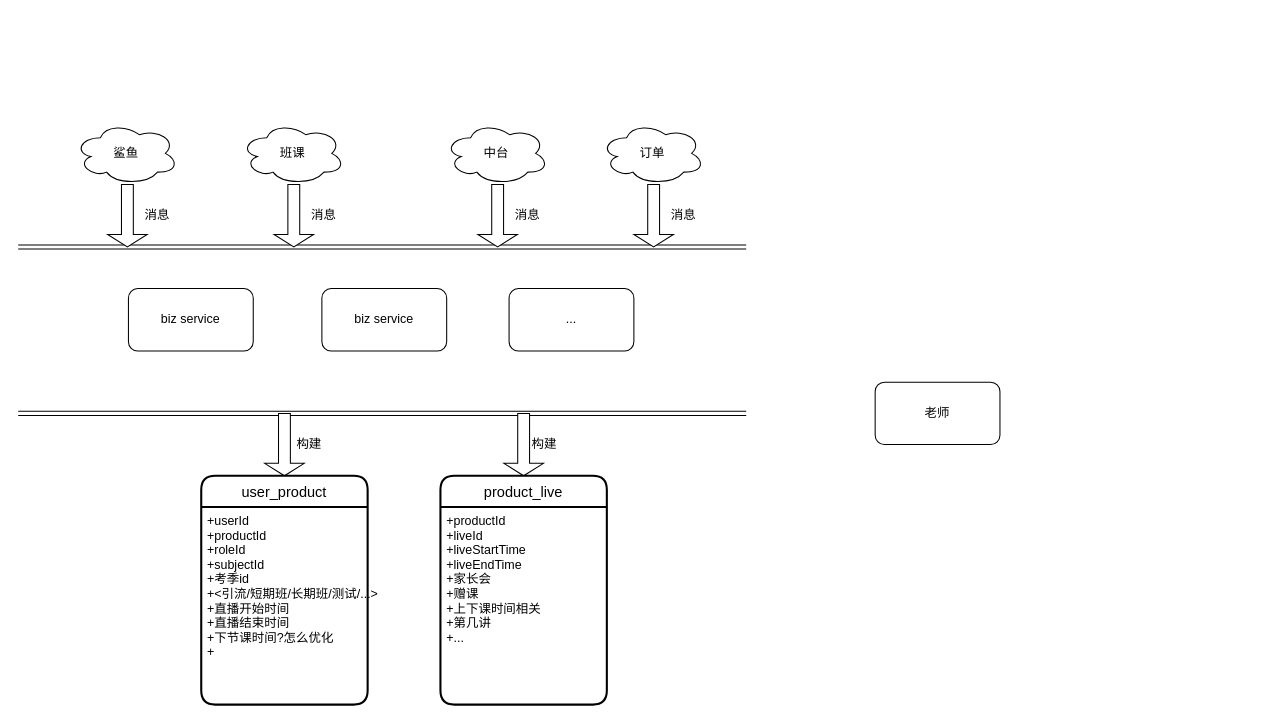
This is Untitled Diagram.drawio from 748349009/articles, a draw.io file, before an edit. Source tidied: cells renumbered, new cells numbered last; positions are measured from the earlier drawing's top-left corner, leaving out a move shared by most shapes. Both pictures are drawn from the tidied source at 104%, with x=0, y=0 at pixel (18, 122).
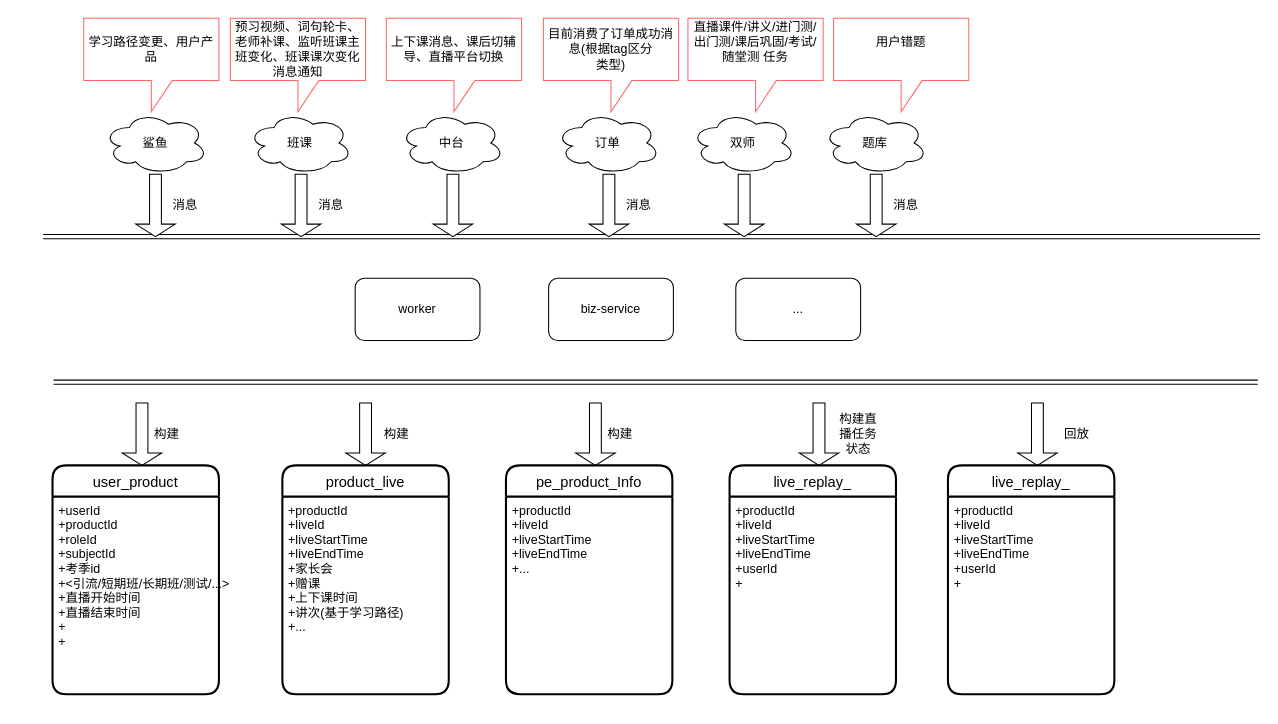
The same page after the edit.

Change to the diagram source:
```diff
@@
     <mxCell id="2" value="鲨鱼" style="ellipse;shape=cloud;whiteSpace=wrap;html=1;align=center;" parent="1" vertex="1">
-      <mxGeometry x="54" width="100" height="60" as="geometry" />
+      <mxGeometry x="82" y="-10" width="100" height="60" as="geometry" />
     </mxCell>
     <mxCell id="3" style="shape=link;html=1;" parent="1" edge="1">
       <mxGeometry relative="1" as="geometry">
-        <mxPoint y="120" as="sourcePoint" />
-        <mxPoint x="700" y="120" as="targetPoint" />
+        <mxPoint x="24" y="110" as="sourcePoint" />
+        <mxPoint x="1194" y="110" as="targetPoint" />
       </mxGeometry>
     </mxCell>
     <mxCell id="4" style="shape=singleArrow;direction=south;whiteSpace=wrap;html=1;" parent="1" vertex="1">
-      <mxGeometry x="86" y="60" width="38" height="60" as="geometry" />
+      <mxGeometry x="113" y="50" width="38" height="60" as="geometry" />
     </mxCell>
     <mxCell id="5" value="消息" style="text;html=1;strokeColor=none;fillColor=none;align=center;verticalAlign=middle;whiteSpace=wrap;rounded=0;" parent="1" vertex="1">
-      <mxGeometry x="114" y="80" width="40" height="20" as="geometry" />
+      <mxGeometry x="141" y="70" width="40" height="20" as="geometry" />
     </mxCell>
     <mxCell id="6" value="班课" style="ellipse;shape=cloud;whiteSpace=wrap;html=1;align=center;" parent="1" vertex="1">
-      <mxGeometry x="214" width="100" height="60" as="geometry" />
+      <mxGeometry x="221" y="-10" width="100" height="60" as="geometry" />
     </mxCell>
     <mxCell id="7" style="shape=singleArrow;direction=south;whiteSpace=wrap;html=1;" parent="1" vertex="1">
-      <mxGeometry x="246" y="60" width="38" height="60" as="geometry" />
+      <mxGeometry x="253" y="50" width="38" height="60" as="geometry" />
     </mxCell>
     <mxCell id="8" value="消息" style="text;html=1;strokeColor=none;fillColor=none;align=center;verticalAlign=middle;whiteSpace=wrap;rounded=0;" parent="1" vertex="1">
-      <mxGeometry x="274" y="80" width="40" height="20" as="geometry" />
+      <mxGeometry x="281" y="70" width="40" height="20" as="geometry" />
     </mxCell>
-    <mxCell id="9" value="biz service" style="rounded=1;whiteSpace=wrap;html=1;" parent="1" vertex="1">
-      <mxGeometry x="106" y="160" width="120" height="60" as="geometry" />
+    <mxCell id="9" value="worker" style="rounded=1;whiteSpace=wrap;html=1;" parent="1" vertex="1">
+      <mxGeometry x="324" y="150" width="120" height="60" as="geometry" />
     </mxCell>
-    <mxCell id="10" value="&lt;span&gt;biz service&lt;/span&gt;" style="rounded=1;whiteSpace=wrap;html=1;" parent="1" vertex="1">
-      <mxGeometry x="292" y="160" width="120" height="60" as="geometry" />
+    <mxCell id="10" value="biz-service" style="rounded=1;whiteSpace=wrap;html=1;" parent="1" vertex="1">
+      <mxGeometry x="510" y="150" width="120" height="60" as="geometry" />
     </mxCell>
     <mxCell id="11" value="&lt;span&gt;...&lt;/span&gt;" style="rounded=1;whiteSpace=wrap;html=1;" parent="1" vertex="1">
-      <mxGeometry x="472" y="160" width="120" height="60" as="geometry" />
+      <mxGeometry x="690" y="150" width="120" height="60" as="geometry" />
     </mxCell>
     <mxCell id="12" value="中台" style="ellipse;shape=cloud;whiteSpace=wrap;html=1;align=center;" parent="1" vertex="1">
-      <mxGeometry x="410" width="100" height="60" as="geometry" />
+      <mxGeometry x="367" y="-10" width="100" height="60" as="geometry" />
     </mxCell>
     <mxCell id="13" style="shape=singleArrow;direction=south;whiteSpace=wrap;html=1;" parent="1" vertex="1">
-      <mxGeometry x="442" y="60" width="38" height="60" as="geometry" />
+      <mxGeometry x="399" y="50" width="38" height="60" as="geometry" />
     </mxCell>
-    <mxCell id="14" value="消息" style="text;html=1;strokeColor=none;fillColor=none;align=center;verticalAlign=middle;whiteSpace=wrap;rounded=0;" parent="1" vertex="1">
-      <mxGeometry x="470" y="80" width="40" height="20" as="geometry" />
-    </mxCell>
     <mxCell id="15" value="订单" style="ellipse;shape=cloud;whiteSpace=wrap;html=1;align=center;" parent="1" vertex="1">
-      <mxGeometry x="560" width="100" height="60" as="geometry" />
+      <mxGeometry x="517" y="-10" width="100" height="60" as="geometry" />
     </mxCell>
     <mxCell id="16" style="shape=singleArrow;direction=south;whiteSpace=wrap;html=1;" parent="1" vertex="1">
-      <mxGeometry x="592" y="60" width="38" height="60" as="geometry" />
+      <mxGeometry x="549" y="50" width="38" height="60" as="geometry" />
     </mxCell>
     <mxCell id="17" value="消息" style="text;html=1;strokeColor=none;fillColor=none;align=center;verticalAlign=middle;whiteSpace=wrap;rounded=0;" parent="1" vertex="1">
-      <mxGeometry x="620" y="80" width="40" height="20" as="geometry" />
+      <mxGeometry x="577" y="70" width="40" height="20" as="geometry" />
     </mxCell>
     <mxCell id="18" style="shape=link;html=1;" parent="1" edge="1">
       <mxGeometry relative="1" as="geometry">
-        <mxPoint y="280" as="sourcePoint" />
-        <mxPoint x="700" y="280" as="targetPoint" />
+        <mxPoint x="34" y="250" as="sourcePoint" />
+        <mxPoint x="1192" y="250" as="targetPoint" />
       </mxGeometry>
     </mxCell>
     <mxCell id="19" style="shape=singleArrow;direction=south;whiteSpace=wrap;html=1;" parent="1" vertex="1">
-      <mxGeometry x="237" y="280" width="38" height="60" as="geometry" />
+      <mxGeometry x="100" y="270" width="38" height="60" as="geometry" />
     </mxCell>
     <mxCell id="20" style="shape=singleArrow;direction=south;whiteSpace=wrap;html=1;" parent="1" vertex="1">
-      <mxGeometry x="467" y="280" width="38" height="60" as="geometry" />
+      <mxGeometry x="315" y="270" width="38" height="60" as="geometry" />
     </mxCell>
     <mxCell id="21" value="构建" style="text;html=1;strokeColor=none;fillColor=none;align=center;verticalAlign=middle;whiteSpace=wrap;rounded=0;" parent="1" vertex="1">
-      <mxGeometry x="260" y="300" width="40" height="20" as="geometry" />
+      <mxGeometry x="123" y="290" width="40" height="20" as="geometry" />
     </mxCell>
     <mxCell id="22" value="构建" style="text;html=1;strokeColor=none;fillColor=none;align=center;verticalAlign=middle;whiteSpace=wrap;rounded=0;" parent="1" vertex="1">
-      <mxGeometry x="486" y="300" width="40" height="20" as="geometry" />
+      <mxGeometry x="344" y="290" width="40" height="20" as="geometry" />
     </mxCell>
-    <mxCell id="23" value="老师" style="rounded=1;whiteSpace=wrap;html=1;" parent="1" vertex="1">
-      <mxGeometry x="824" y="250" width="120" height="60" as="geometry" />
-    </mxCell>
+    <mxCell id="28" value="双师" style="ellipse;shape=cloud;whiteSpace=wrap;html=1;align=center;" parent="1" vertex="1">
+      <mxGeometry x="647" y="-10" width="100" height="60" as="geometry" />
+    </mxCell>
+    <mxCell id="29" style="shape=singleArrow;direction=south;whiteSpace=wrap;html=1;" parent="1" vertex="1">
+      <mxGeometry x="679" y="50" width="38" height="60" as="geometry" />
+    </mxCell>
+    <mxCell id="30" style="shape=singleArrow;direction=south;whiteSpace=wrap;html=1;" parent="1" vertex="1">
+      <mxGeometry x="536" y="270" width="38" height="60" as="geometry" />
+    </mxCell>
+    <mxCell id="31" value="构建" style="text;html=1;strokeColor=none;fillColor=none;align=center;verticalAlign=middle;whiteSpace=wrap;rounded=0;" parent="1" vertex="1">
+      <mxGeometry x="559" y="290" width="40" height="20" as="geometry" />
+    </mxCell>
+    <mxCell id="32" style="shape=singleArrow;direction=south;whiteSpace=wrap;html=1;" parent="1" vertex="1">
+      <mxGeometry x="751" y="270" width="38" height="60" as="geometry" />
+    </mxCell>
+    <mxCell id="33" value="构建直播任务状态" style="text;html=1;strokeColor=none;fillColor=none;align=center;verticalAlign=middle;whiteSpace=wrap;rounded=0;" parent="1" vertex="1">
+      <mxGeometry x="788" y="290" width="40" height="20" as="geometry" />
+    </mxCell>
+    <mxCell id="34" value="题库" style="ellipse;shape=cloud;whiteSpace=wrap;html=1;align=center;" parent="1" vertex="1">
+      <mxGeometry x="774" y="-10" width="100" height="60" as="geometry" />
+    </mxCell>
+    <mxCell id="35" style="shape=singleArrow;direction=south;whiteSpace=wrap;html=1;" parent="1" vertex="1">
+      <mxGeometry x="806" y="50" width="38" height="60" as="geometry" />
+    </mxCell>
+    <mxCell id="14" value="消息" style="text;html=1;strokeColor=none;fillColor=none;align=center;verticalAlign=middle;whiteSpace=wrap;rounded=0;" parent="1" vertex="1">
+      <mxGeometry x="834" y="70" width="40" height="20" as="geometry" />
+    </mxCell>
     <mxCell id="24" value="user_product" style="swimlane;horizontal=1;startSize=30;rounded=1;fontSize=14;fontStyle=0;strokeWidth=2;shadow=0;dashed=0;align=center;" parent="1" vertex="1">
-      <mxGeometry x="176" y="340" width="160" height="220" as="geometry" />
+      <mxGeometry x="33" y="330" width="160" height="220" as="geometry" />
     </mxCell>
-    <mxCell id="25" value="+userId&#10;+productId&#10;+roleId&#10;+subjectId&#10;+考季id&#10;+&lt;引流/短期班/长期班/测试/...&gt;&#10;+直播开始时间&#10;+直播结束时间&#10;+下节课时间?怎么优化&#10;+" style="align=left;strokeColor=none;fillColor=none;spacingLeft=4;fontSize=12;verticalAlign=top;" parent="24" vertex="1">
+    <mxCell id="25" value="+userId&#10;+productId&#10;+roleId&#10;+subjectId&#10;+考季id&#10;+&lt;引流/短期班/长期班/测试/...&gt;&#10;+直播开始时间&#10;+直播结束时间&#10;+&#10;+" style="align=left;strokeColor=none;fillColor=none;spacingLeft=4;fontSize=12;verticalAlign=top;" parent="24" vertex="1">
       <mxGeometry y="30" width="160" height="190" as="geometry" />
     </mxCell>
+    <mxCell id="36" value="live_replay_" style="swimlane;horizontal=1;startSize=30;rounded=1;fontSize=14;fontStyle=0;strokeWidth=2;shadow=0;dashed=0;align=center;" parent="1" vertex="1">
+      <mxGeometry x="684" y="330" width="160" height="220" as="geometry" />
+    </mxCell>
+    <mxCell id="37" value="+productId&#10;+liveId&#10;+liveStartTime&#10;+liveEndTime&#10;+userId&#10;+" style="align=left;strokeColor=none;fillColor=none;spacingLeft=4;fontSize=12;verticalAlign=top;" parent="36" vertex="1">
+      <mxGeometry y="30" width="160" height="190" as="geometry" />
+    </mxCell>
     <mxCell id="26" value="product_live" style="swimlane;horizontal=1;startSize=30;rounded=1;fontSize=14;fontStyle=0;strokeWidth=2;shadow=0;dashed=0;align=center;" parent="1" vertex="1">
-      <mxGeometry x="406" y="340" width="160" height="220" as="geometry" />
+      <mxGeometry x="254" y="330" width="160" height="220" as="geometry" />
     </mxCell>
-    <mxCell id="27" value="+productId&#10;+liveId&#10;+liveStartTime&#10;+liveEndTime&#10;+家长会&#10;+赠课&#10;+上下课时间相关&#10;+第几讲&#10;+..." style="align=left;strokeColor=none;fillColor=none;spacingLeft=4;fontSize=12;verticalAlign=top;" parent="26" vertex="1">
+    <mxCell id="27" value="+productId&#10;+liveId&#10;+liveStartTime&#10;+liveEndTime&#10;+家长会&#10;+赠课&#10;+上下课时间&#10;+讲次(基于学习路径)&#10;+..." style="align=left;strokeColor=none;fillColor=none;spacingLeft=4;fontSize=12;verticalAlign=top;" parent="26" vertex="1">
       <mxGeometry y="30" width="160" height="190" as="geometry" />
     </mxCell>
+    <mxCell id="38" value="pe_product_Info" style="swimlane;horizontal=1;startSize=30;rounded=1;fontSize=14;fontStyle=0;strokeWidth=2;shadow=0;dashed=0;align=center;" parent="1" vertex="1">
+      <mxGeometry x="469" y="330" width="160" height="220" as="geometry" />
+    </mxCell>
+    <mxCell id="39" value="+productId&#10;+liveId&#10;+liveStartTime&#10;+liveEndTime&#10;+..." style="align=left;strokeColor=none;fillColor=none;spacingLeft=4;fontSize=12;verticalAlign=top;" parent="38" vertex="1">
+      <mxGeometry y="30" width="160" height="190" as="geometry" />
+    </mxCell>
+    <mxCell id="40" style="shape=singleArrow;direction=south;whiteSpace=wrap;html=1;" parent="1" vertex="1">
+      <mxGeometry x="961" y="270" width="38" height="60" as="geometry" />
+    </mxCell>
+    <mxCell id="41" value="回放" style="text;html=1;strokeColor=none;fillColor=none;align=center;verticalAlign=middle;whiteSpace=wrap;rounded=0;" parent="1" vertex="1">
+      <mxGeometry x="998" y="290" width="40" height="20" as="geometry" />
+    </mxCell>
+    <mxCell id="42" value="live_replay_" style="swimlane;horizontal=1;startSize=30;rounded=1;fontSize=14;fontStyle=0;strokeWidth=2;shadow=0;dashed=0;align=center;" parent="1" vertex="1">
+      <mxGeometry x="894" y="330" width="160" height="220" as="geometry" />
+    </mxCell>
+    <mxCell id="43" value="+productId&#10;+liveId&#10;+liveStartTime&#10;+liveEndTime&#10;+userId&#10;+" style="align=left;strokeColor=none;fillColor=none;spacingLeft=4;fontSize=12;verticalAlign=top;" parent="42" vertex="1">
+      <mxGeometry y="30" width="160" height="190" as="geometry" />
+    </mxCell>
+    <mxCell id="44" value="&lt;div&gt;直播课件/&lt;span&gt;讲义/进门测/出门测/课后巩固/考试/随堂测 任务&lt;/span&gt;&lt;/div&gt;&lt;div&gt;&lt;br&gt;&lt;/div&gt;" style="shape=callout;whiteSpace=wrap;html=1;perimeter=calloutPerimeter;strokeColor=#FF6666;" parent="1" vertex="1">
+      <mxGeometry x="644" y="-100" width="130" height="90" as="geometry" />
+    </mxCell>
+    <mxCell id="45" value="目前消费了订单成功消息(根据tag区分&lt;br&gt;类型)" style="shape=callout;whiteSpace=wrap;html=1;perimeter=calloutPerimeter;strokeColor=#FF6666;" parent="1" vertex="1">
+      <mxGeometry x="505" y="-100" width="130" height="90" as="geometry" />
+    </mxCell>
+    <mxCell id="46" value="上下课消息、课后切辅导、直播平台切换" style="shape=callout;whiteSpace=wrap;html=1;perimeter=calloutPerimeter;strokeColor=#FF6666;" parent="1" vertex="1">
+      <mxGeometry x="354" y="-100" width="130" height="90" as="geometry" />
+    </mxCell>
+    <mxCell id="47" value="预习视频、词句轮卡、老师补课、监听班课主班变化、班课课次变化消息通知" style="shape=callout;whiteSpace=wrap;html=1;perimeter=calloutPerimeter;strokeColor=#FF6666;" parent="1" vertex="1">
+      <mxGeometry x="204" y="-100" width="130" height="90" as="geometry" />
+    </mxCell>
+    <mxCell id="48" value="学习路径变更、用户产品" style="shape=callout;whiteSpace=wrap;html=1;perimeter=calloutPerimeter;strokeColor=#FF6666;" parent="1" vertex="1">
+      <mxGeometry x="63" y="-100" width="130" height="90" as="geometry" />
+    </mxCell>
+    <mxCell id="49" value="&lt;div&gt;用户错题&lt;/div&gt;&lt;div&gt;&lt;br&gt;&lt;/div&gt;" style="shape=callout;whiteSpace=wrap;html=1;perimeter=calloutPerimeter;strokeColor=#FF6666;" parent="1" vertex="1">
+      <mxGeometry x="784" y="-100" width="130" height="90" as="geometry" />
+    </mxCell>
```
